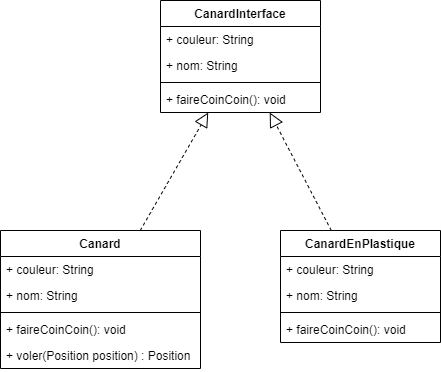
This is exo 4 L.png from Mo8/archi_logiciel, a draw.io export, as it was before one commit. Source tidied: cells renumbered, new cells last; positions are measured from the earlier drawing's top-left corner, leaving out a move shared by most shapes.
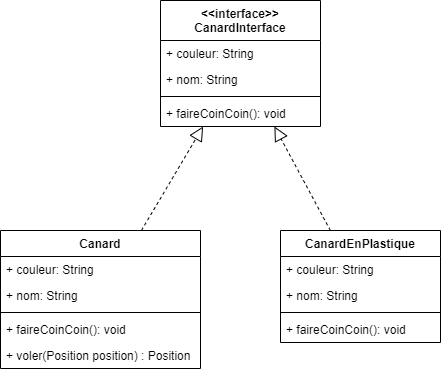
Above is the later version.

Change to the diagram source:
```diff
@@ -2,20 +2,20 @@
   <root>
     <mxCell id="0" />
     <mxCell id="1" parent="0" />
-    <mxCell id="2" value="CanardInterface" style="swimlane;fontStyle=1;align=center;verticalAlign=top;horizontal=1;startSize=26;" parent="1" vertex="1">
-      <mxGeometry x="160" width="160" height="112" as="geometry" />
+    <mxCell id="2" value="&lt;&lt;interface&gt;&gt;&#10;CanardInterface" style="swimlane;fontStyle=1;align=center;verticalAlign=top;horizontal=1;startSize=40;" parent="1" vertex="1">
+      <mxGeometry x="160" width="160" height="126" as="geometry" />
     </mxCell>
     <mxCell id="3" value="+ couleur: String" style="text;strokeColor=none;fillColor=none;align=left;verticalAlign=top;spacingLeft=4;spacingRight=4;overflow=hidden;" parent="2" vertex="1">
-      <mxGeometry y="26" width="160" height="26" as="geometry" />
+      <mxGeometry y="40" width="160" height="26" as="geometry" />
     </mxCell>
     <mxCell id="4" value="+ nom: String" style="text;strokeColor=none;fillColor=none;align=left;verticalAlign=top;spacingLeft=4;spacingRight=4;overflow=hidden;" parent="2" vertex="1">
-      <mxGeometry y="52" width="160" height="26" as="geometry" />
+      <mxGeometry y="66" width="160" height="26" as="geometry" />
     </mxCell>
     <mxCell id="5" style="line;strokeWidth=1;fillColor=none;align=left;verticalAlign=middle;spacingTop=-1;spacingLeft=3;spacingRight=3;labelPosition=right;strokeColor=inherit;" parent="2" vertex="1">
-      <mxGeometry y="78" width="160" height="8" as="geometry" />
+      <mxGeometry y="92" width="160" height="8" as="geometry" />
     </mxCell>
     <mxCell id="6" value="+ faireCoinCoin(): void" style="text;strokeColor=none;fillColor=none;align=left;verticalAlign=top;spacingLeft=4;spacingRight=4;overflow=hidden;" parent="2" vertex="1">
-      <mxGeometry y="86" width="160" height="26" as="geometry" />
+      <mxGeometry y="100" width="160" height="26" as="geometry" />
     </mxCell>
     <mxCell id="7" value="Canard" style="swimlane;fontStyle=1;align=center;verticalAlign=top;horizontal=1;startSize=26;" parent="1" vertex="1">
       <mxGeometry y="230" width="200" height="138" as="geometry" />
```
